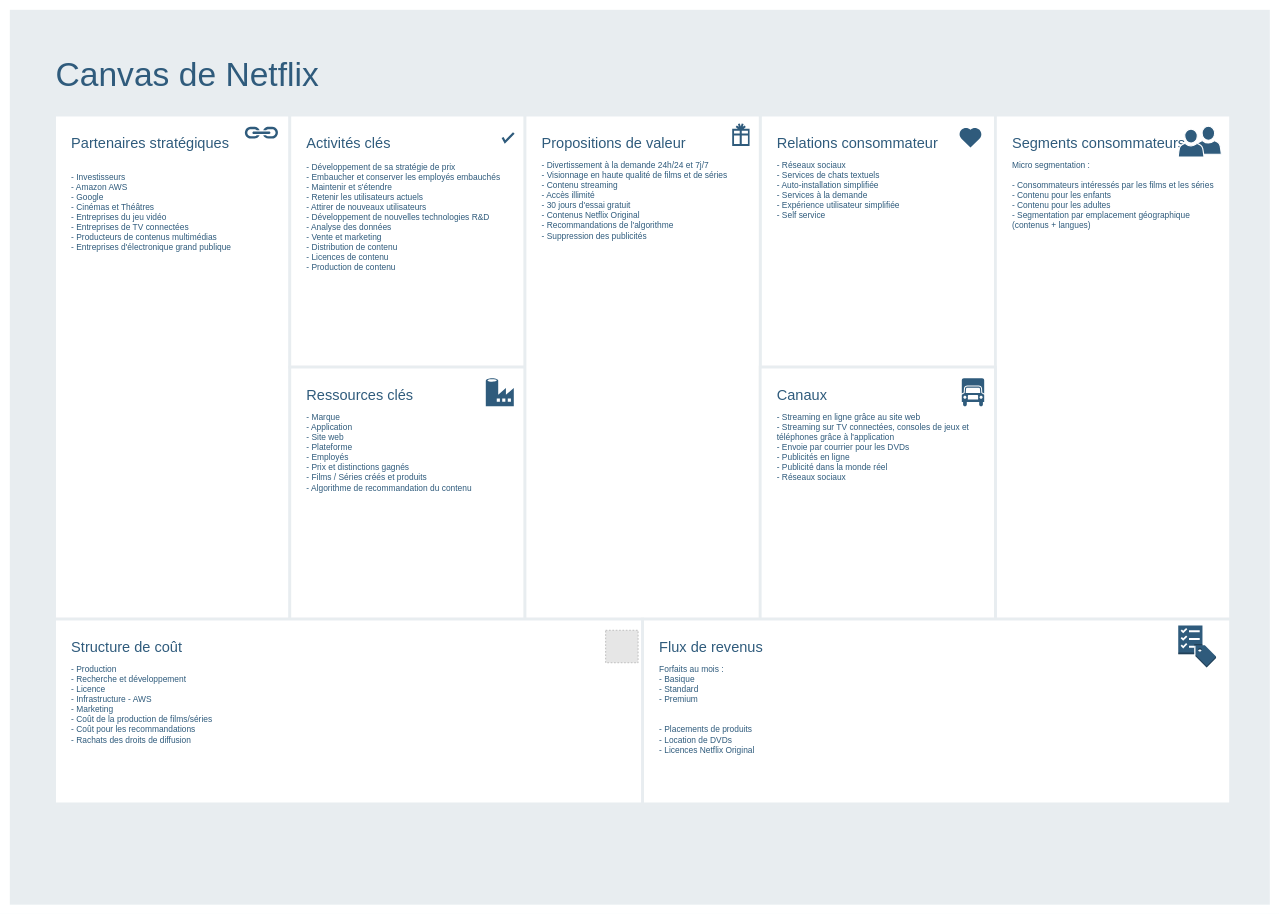
Above: Documentation/Documents originaux/canvas.drawio in TheoRamousse/twibook (draw.io), before the change. Source tidied: cells renumbered, new cells numbered last; positions are measured from the earlier drawing's top-left corner, leaving out a move shared by most shapes. Both pictures are drawn from the tidied source at 56%, with x=0, y=0 at pixel (10, 10). Pictures stored in the file or linked from it are replaced by grey dashed boxes.
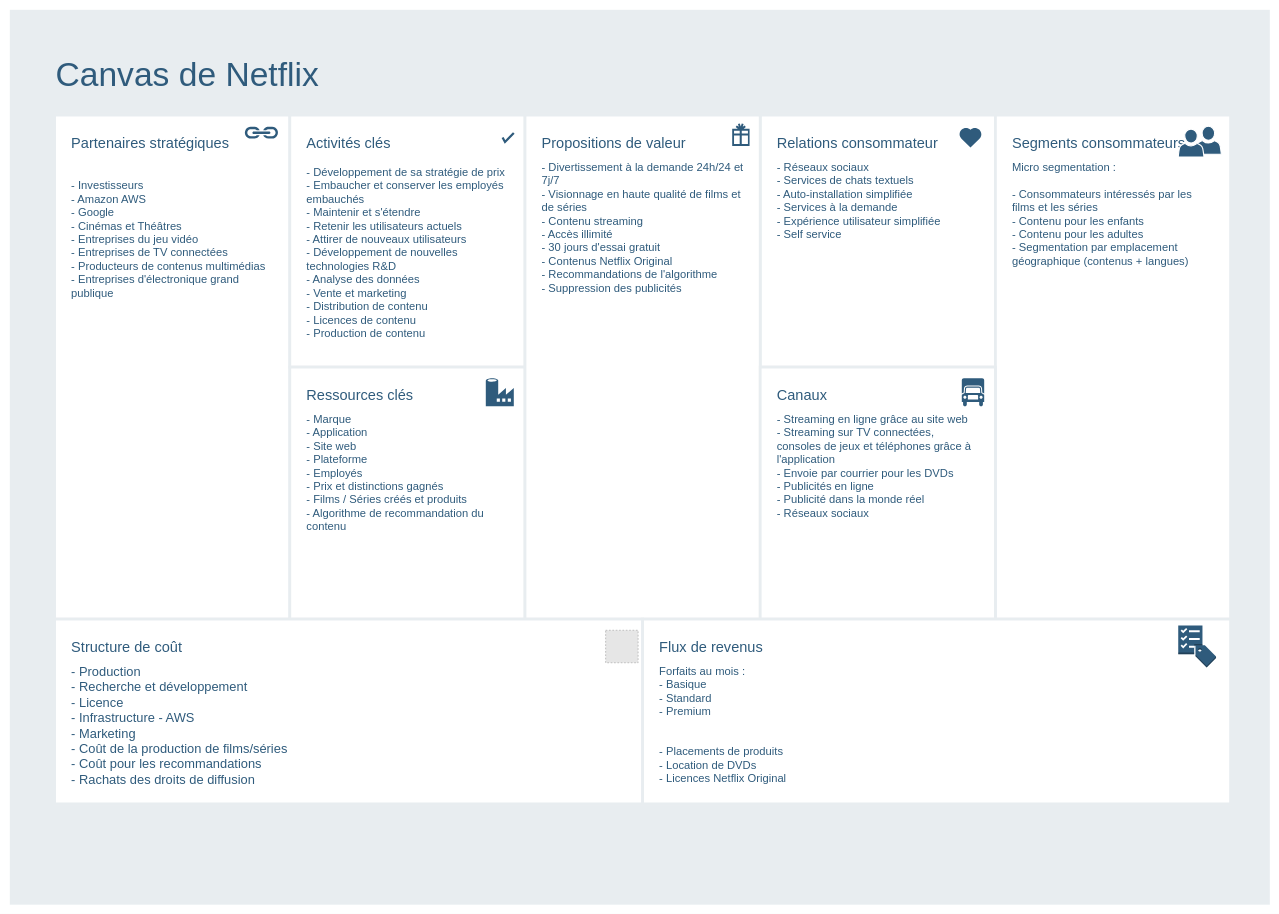
After the change.

The edit, as a diff of the source:
```diff
@@
-    <mxCell id="3" value="&lt;div style=&quot;font-size: 26px&quot;&gt;Relations consommateur&lt;/div&gt;&lt;div&gt;&lt;br&gt;&lt;/div&gt;&lt;div style=&quot;font-size: 15px;&quot;&gt;- Réseaux sociaux&lt;/div&gt;&lt;div style=&quot;font-size: 15px;&quot;&gt;- Services de chats textuels&lt;/div&gt;&lt;div style=&quot;font-size: 15px;&quot;&gt;- Auto-installation simplifiée&lt;/div&gt;&lt;div style=&quot;font-size: 15px;&quot;&gt;- Services à la demande&lt;/div&gt;&lt;div style=&quot;font-size: 15px;&quot;&gt;- Expérience utilisateur simplifiée&lt;/div&gt;&lt;div style=&quot;font-size: 15px;&quot;&gt;- Self service&lt;/div&gt;" style="rounded=0;whiteSpace=wrap;html=1;shadow=0;labelBackgroundColor=none;strokeColor=#e8edf0;strokeWidth=5;fillColor=#ffffff;fontSize=12;fontColor=#2F5B7C;align=left;verticalAlign=top;spacing=30;" parent="1" vertex="1">
+    <mxCell id="3" value="&lt;div style=&quot;font-size: 26px&quot;&gt;Relations consommateur&lt;/div&gt;&lt;div&gt;&lt;br&gt;&lt;/div&gt;&lt;div style=&quot;font-size: 20px;&quot;&gt;&lt;font style=&quot;font-size: 20px;&quot;&gt;- Réseaux sociaux&lt;/font&gt;&lt;/div&gt;&lt;div style=&quot;font-size: 20px;&quot;&gt;&lt;font style=&quot;font-size: 20px;&quot;&gt;- Services de chats textuels&lt;/font&gt;&lt;/div&gt;&lt;div style=&quot;font-size: 20px;&quot;&gt;&lt;font style=&quot;font-size: 20px;&quot;&gt;- Auto-installation simplifiée&lt;/font&gt;&lt;/div&gt;&lt;div style=&quot;font-size: 20px;&quot;&gt;&lt;font style=&quot;font-size: 20px;&quot;&gt;- Services à la demande&lt;/font&gt;&lt;/div&gt;&lt;div style=&quot;font-size: 20px;&quot;&gt;&lt;font style=&quot;font-size: 20px;&quot;&gt;- Expérience utilisateur simplifiée&lt;/font&gt;&lt;/div&gt;&lt;div style=&quot;font-size: 20px;&quot;&gt;&lt;font style=&quot;font-size: 20px;&quot;&gt;- Self service&lt;/font&gt;&lt;/div&gt;" style="rounded=0;whiteSpace=wrap;html=1;shadow=0;labelBackgroundColor=none;strokeColor=#e8edf0;strokeWidth=5;fillColor=#ffffff;fontSize=12;fontColor=#2F5B7C;align=left;verticalAlign=top;spacing=30;" parent="1" vertex="1">
       <mxGeometry x="1340" y="188" width="420" height="450" as="geometry" />
     </mxCell>
-    <mxCell id="4" value="&lt;font&gt;&lt;font style=&quot;font-size: 26px&quot;&gt;Partenaires stratégiques&lt;/font&gt;&lt;br&gt;&lt;/font&gt;&lt;font style=&quot;font-size: 15px;&quot;&gt;&lt;br style=&quot;font-size: 12px&quot;&gt;&lt;br&gt;- Investisseurs&lt;br&gt;- Amazon AWS&lt;br&gt;- Google&lt;br&gt;- Cinémas et Théâtres&lt;br&gt;- Entreprises du jeu vidéo&lt;br&gt;- Entreprises de TV connectées&lt;br&gt;- Producteurs de contenus multimédias&lt;br&gt;- Entreprises d'électronique grand publique&lt;br&gt;&lt;/font&gt;" style="rounded=0;whiteSpace=wrap;html=1;shadow=0;labelBackgroundColor=none;strokeColor=#e8edf0;strokeWidth=5;fillColor=#ffffff;fontSize=12;fontColor=#2F5B7C;align=left;verticalAlign=top;spacing=30;" parent="1" vertex="1">
+    <mxCell id="4" value="&lt;font&gt;&lt;font style=&quot;font-size: 26px&quot;&gt;Partenaires stratégiques&lt;/font&gt;&lt;br&gt;&lt;/font&gt;&lt;font style=&quot;font-size: 20px;&quot;&gt;&lt;br style=&quot;font-size: 12px&quot;&gt;&lt;br&gt;- Investisseurs&lt;br&gt;- Amazon AWS&lt;br&gt;- Google&lt;br&gt;- Cinémas et Théâtres&lt;br&gt;- Entreprises du jeu vidéo&lt;br&gt;- Entreprises de TV connectées&lt;br&gt;- Producteurs de contenus multimédias&lt;br&gt;- Entreprises d'électronique grand publique&lt;br&gt;&lt;/font&gt;" style="rounded=0;whiteSpace=wrap;html=1;shadow=0;labelBackgroundColor=none;strokeColor=#e8edf0;strokeWidth=5;fillColor=#ffffff;fontSize=12;fontColor=#2F5B7C;align=left;verticalAlign=top;spacing=30;" parent="1" vertex="1">
       <mxGeometry x="80" y="188" width="420" height="900" as="geometry" />
     </mxCell>
-    <mxCell id="5" value="&lt;font&gt;&lt;font style=&quot;font-size: 26px&quot;&gt;Activités clés&lt;/font&gt;&lt;br style=&quot;font-size: 12px&quot;&gt;&lt;/font&gt;&lt;font style=&quot;font-size: 15px;&quot;&gt;&lt;br style=&quot;font-size: 12px&quot;&gt;&lt;div&gt;- Développement de sa stratégie de prix&lt;/div&gt;&lt;div&gt;- Embaucher et conserver les employés embauchés&lt;/div&gt;&lt;div&gt;- Maintenir et s'étendre&lt;/div&gt;&lt;div&gt;- Retenir les utilisateurs actuels&lt;/div&gt;&lt;div&gt;- Attirer de nouveaux utilisateurs&lt;/div&gt;&lt;div&gt;- Développement de nouvelles technologies R&amp;amp;D&lt;/div&gt;&lt;div&gt;- Analyse des données&lt;/div&gt;&lt;div&gt;- Vente et marketing&lt;/div&gt;&lt;div&gt;- Distribution de contenu&lt;/div&gt;&lt;div&gt;- Licences de contenu&lt;/div&gt;&lt;div&gt;- Production de contenu&lt;/div&gt;&lt;/font&gt;&lt;div&gt;&lt;br&gt;&lt;/div&gt;" style="rounded=0;whiteSpace=wrap;html=1;shadow=0;labelBackgroundColor=none;strokeColor=#e8edf0;strokeWidth=5;fillColor=#ffffff;fontSize=12;fontColor=#2F5B7C;align=left;verticalAlign=top;spacing=30;" parent="1" vertex="1">
+    <mxCell id="5" value="&lt;font&gt;&lt;font style=&quot;font-size: 26px&quot;&gt;Activités clés&lt;/font&gt;&lt;br style=&quot;font-size: 12px&quot;&gt;&lt;/font&gt;&lt;font style=&quot;font-size: 20px;&quot;&gt;&lt;br style=&quot;font-size: 12px&quot;&gt;&lt;div&gt;- Développement de sa stratégie de prix&lt;/div&gt;&lt;div&gt;- Embaucher et conserver les employés embauchés&lt;/div&gt;&lt;div&gt;- Maintenir et s'étendre&lt;/div&gt;&lt;div&gt;- Retenir les utilisateurs actuels&lt;/div&gt;&lt;div&gt;- Attirer de nouveaux utilisateurs&lt;/div&gt;&lt;div&gt;- Développement de nouvelles technologies R&amp;amp;D&lt;/div&gt;&lt;div&gt;- Analyse des données&lt;/div&gt;&lt;div&gt;- Vente et marketing&lt;/div&gt;&lt;div&gt;- Distribution de contenu&lt;/div&gt;&lt;div&gt;- Licences de contenu&lt;/div&gt;&lt;div&gt;- Production de contenu&lt;/div&gt;&lt;/font&gt;&lt;div&gt;&lt;br&gt;&lt;/div&gt;" style="rounded=0;whiteSpace=wrap;html=1;shadow=0;labelBackgroundColor=none;strokeColor=#e8edf0;strokeWidth=5;fillColor=#ffffff;fontSize=12;fontColor=#2F5B7C;align=left;verticalAlign=top;spacing=30;" parent="1" vertex="1">
       <mxGeometry x="500" y="188" width="420" height="450" as="geometry" />
     </mxCell>
-    <mxCell id="6" value="&lt;div&gt;&lt;font style=&quot;font-size: 26px&quot;&gt;Ressources clés&lt;/font&gt;&lt;/div&gt;&lt;div&gt;&lt;br&gt;&lt;/div&gt;&lt;div style=&quot;font-size: 15px;&quot;&gt;- Marque&lt;/div&gt;&lt;div style=&quot;font-size: 15px;&quot;&gt;- Application&lt;/div&gt;&lt;div style=&quot;font-size: 15px;&quot;&gt;- Site web&lt;/div&gt;&lt;div style=&quot;font-size: 15px;&quot;&gt;- Plateforme&lt;/div&gt;&lt;div style=&quot;font-size: 15px;&quot;&gt;- Employés&lt;/div&gt;&lt;div style=&quot;font-size: 15px;&quot;&gt;- Prix et distinctions gagnés&lt;/div&gt;&lt;div style=&quot;font-size: 15px;&quot;&gt;- Films / Séries créés et produits&lt;/div&gt;&lt;div style=&quot;font-size: 15px;&quot;&gt;- Algorithme de recommandation du contenu&lt;/div&gt;" style="rounded=0;whiteSpace=wrap;html=1;shadow=0;labelBackgroundColor=none;strokeColor=#e8edf0;strokeWidth=5;fillColor=#ffffff;fontSize=12;fontColor=#2F5B7C;align=left;verticalAlign=top;spacing=30;" parent="1" vertex="1">
+    <mxCell id="6" value="&lt;div&gt;&lt;font style=&quot;font-size: 26px&quot;&gt;Ressources clés&lt;/font&gt;&lt;/div&gt;&lt;div&gt;&lt;br&gt;&lt;/div&gt;&lt;div style=&quot;font-size: 20px;&quot;&gt;&lt;font style=&quot;font-size: 20px;&quot;&gt;- Marque&lt;/font&gt;&lt;/div&gt;&lt;div style=&quot;font-size: 20px;&quot;&gt;&lt;font style=&quot;font-size: 20px;&quot;&gt;- Application&lt;/font&gt;&lt;/div&gt;&lt;div style=&quot;font-size: 20px;&quot;&gt;&lt;font style=&quot;font-size: 20px;&quot;&gt;- Site web&lt;/font&gt;&lt;/div&gt;&lt;div style=&quot;font-size: 20px;&quot;&gt;&lt;font style=&quot;font-size: 20px;&quot;&gt;- Plateforme&lt;/font&gt;&lt;/div&gt;&lt;div style=&quot;font-size: 20px;&quot;&gt;&lt;font style=&quot;font-size: 20px;&quot;&gt;- Employés&lt;/font&gt;&lt;/div&gt;&lt;div style=&quot;font-size: 20px;&quot;&gt;&lt;font style=&quot;font-size: 20px;&quot;&gt;- Prix et distinctions gagnés&lt;/font&gt;&lt;/div&gt;&lt;div style=&quot;font-size: 20px;&quot;&gt;&lt;font style=&quot;font-size: 20px;&quot;&gt;- Films / Séries créés et produits&lt;/font&gt;&lt;/div&gt;&lt;div style=&quot;font-size: 20px;&quot;&gt;&lt;font style=&quot;font-size: 20px;&quot;&gt;- Algorithme de recommandation du contenu&lt;/font&gt;&lt;/div&gt;" style="rounded=0;whiteSpace=wrap;html=1;shadow=0;labelBackgroundColor=none;strokeColor=#e8edf0;strokeWidth=5;fillColor=#ffffff;fontSize=12;fontColor=#2F5B7C;align=left;verticalAlign=top;spacing=30;" parent="1" vertex="1">
       <mxGeometry x="500" y="638" width="420" height="450" as="geometry" />
     </mxCell>
-    <mxCell id="7" value="&lt;div style=&quot;font-size: 26px&quot;&gt;&lt;font style=&quot;font-size: 26px&quot;&gt;Propositions de valeur&lt;/font&gt;&lt;/div&gt;&lt;div&gt;&lt;br&gt;&lt;/div&gt;&lt;div style=&quot;font-size: 15px;&quot;&gt;- Divertissement à la demande 24h/24 et 7j/7&lt;/div&gt;&lt;div style=&quot;font-size: 15px;&quot;&gt;- Visionnage en haute qualité de films et de séries&lt;/div&gt;&lt;div style=&quot;font-size: 15px;&quot;&gt;- Contenu streaming&lt;/div&gt;&lt;div style=&quot;font-size: 15px;&quot;&gt;- Accès illimité&lt;/div&gt;&lt;div style=&quot;font-size: 15px;&quot;&gt;- 30 jours d'essai gratuit&lt;/div&gt;&lt;div style=&quot;font-size: 15px;&quot;&gt;- Contenus Netflix Original&lt;/div&gt;&lt;div style=&quot;font-size: 15px;&quot;&gt;- Recommandations de l'algorithme&lt;/div&gt;&lt;div style=&quot;font-size: 15px;&quot;&gt;- Suppression des publicités&lt;/div&gt;&lt;div style=&quot;font-size: 10px&quot;&gt;&lt;br&gt;&lt;/div&gt;" style="rounded=0;whiteSpace=wrap;html=1;shadow=0;labelBackgroundColor=none;strokeColor=#e8edf0;strokeWidth=5;fillColor=#ffffff;fontSize=12;fontColor=#2F5B7C;align=left;verticalAlign=top;spacing=30;" parent="1" vertex="1">
+    <mxCell id="7" value="&lt;div style=&quot;font-size: 26px&quot;&gt;&lt;font style=&quot;font-size: 26px&quot;&gt;Propositions de valeur&lt;/font&gt;&lt;/div&gt;&lt;div&gt;&lt;br&gt;&lt;/div&gt;&lt;div style=&quot;font-size: 20px;&quot;&gt;&lt;font style=&quot;font-size: 20px;&quot;&gt;- Divertissement à la demande 24h/24 et 7j/7&lt;/font&gt;&lt;/div&gt;&lt;div style=&quot;font-size: 20px;&quot;&gt;&lt;font style=&quot;font-size: 20px;&quot;&gt;- Visionnage en haute qualité de films et de séries&lt;/font&gt;&lt;/div&gt;&lt;div style=&quot;font-size: 20px;&quot;&gt;&lt;font style=&quot;font-size: 20px;&quot;&gt;- Contenu streaming&lt;/font&gt;&lt;/div&gt;&lt;div style=&quot;font-size: 20px;&quot;&gt;&lt;font style=&quot;font-size: 20px;&quot;&gt;- Accès illimité&lt;/font&gt;&lt;/div&gt;&lt;div style=&quot;font-size: 20px;&quot;&gt;&lt;font style=&quot;font-size: 20px;&quot;&gt;- 30 jours d'essai gratuit&lt;/font&gt;&lt;/div&gt;&lt;div style=&quot;font-size: 20px;&quot;&gt;&lt;font style=&quot;font-size: 20px;&quot;&gt;- Contenus Netflix Original&lt;/font&gt;&lt;/div&gt;&lt;div style=&quot;font-size: 20px;&quot;&gt;&lt;font style=&quot;font-size: 20px;&quot;&gt;- Recommandations de l'algorithme&lt;/font&gt;&lt;/div&gt;&lt;div style=&quot;font-size: 20px;&quot;&gt;&lt;font style=&quot;font-size: 20px;&quot;&gt;- Suppression des publicités&lt;/font&gt;&lt;/div&gt;&lt;div style=&quot;font-size: 10px&quot;&gt;&lt;br&gt;&lt;/div&gt;" style="rounded=0;whiteSpace=wrap;html=1;shadow=0;labelBackgroundColor=none;strokeColor=#e8edf0;strokeWidth=5;fillColor=#ffffff;fontSize=12;fontColor=#2F5B7C;align=left;verticalAlign=top;spacing=30;" parent="1" vertex="1">
       <mxGeometry x="920" y="188" width="420" height="900" as="geometry" />
     </mxCell>
-    <mxCell id="8" value="&lt;div&gt;&lt;font style=&quot;font-size: 26px&quot;&gt;Segments consommateurs&lt;/font&gt;&lt;/div&gt;&lt;div&gt;&lt;br&gt;&lt;/div&gt;&lt;div style=&quot;font-size: 15px;&quot;&gt;Micro segmentation :&amp;nbsp;&lt;/div&gt;&lt;div style=&quot;font-size: 15px;&quot;&gt;&lt;br&gt;&lt;/div&gt;&lt;div style=&quot;font-size: 15px;&quot;&gt;- Consommateurs intéressés par les films et les séries&lt;/div&gt;&lt;div style=&quot;font-size: 15px;&quot;&gt;- Contenu pour les enfants&lt;/div&gt;&lt;div style=&quot;font-size: 15px;&quot;&gt;- Contenu pour les adultes&lt;/div&gt;&lt;div style=&quot;font-size: 15px;&quot;&gt;- Segmentation par emplacement géographique (contenus + langues)&lt;/div&gt;" style="rounded=0;whiteSpace=wrap;html=1;shadow=0;labelBackgroundColor=none;strokeColor=#e8edf0;strokeWidth=5;fillColor=#ffffff;fontSize=12;fontColor=#2F5B7C;align=left;verticalAlign=top;spacing=30;" parent="1" vertex="1">
+    <mxCell id="8" value="&lt;div&gt;&lt;font style=&quot;font-size: 26px&quot;&gt;Segments consommateurs&lt;/font&gt;&lt;/div&gt;&lt;div&gt;&lt;br&gt;&lt;/div&gt;&lt;div style=&quot;font-size: 20px;&quot;&gt;&lt;font style=&quot;font-size: 20px;&quot;&gt;Micro segmentation :&amp;nbsp;&lt;/font&gt;&lt;/div&gt;&lt;div style=&quot;font-size: 20px;&quot;&gt;&lt;font style=&quot;font-size: 20px;&quot;&gt;&lt;br&gt;&lt;/font&gt;&lt;/div&gt;&lt;div style=&quot;font-size: 20px;&quot;&gt;&lt;font style=&quot;font-size: 20px;&quot;&gt;- Consommateurs intéressés par les films et les séries&lt;/font&gt;&lt;/div&gt;&lt;div style=&quot;font-size: 20px;&quot;&gt;&lt;font style=&quot;font-size: 20px;&quot;&gt;- Contenu pour les enfants&lt;/font&gt;&lt;/div&gt;&lt;div style=&quot;font-size: 20px;&quot;&gt;&lt;font style=&quot;font-size: 20px;&quot;&gt;- Contenu pour les adultes&lt;/font&gt;&lt;/div&gt;&lt;div style=&quot;font-size: 20px;&quot;&gt;&lt;font style=&quot;font-size: 20px;&quot;&gt;- Segmentation par emplacement géographique (contenus + langues)&lt;/font&gt;&lt;/div&gt;" style="rounded=0;whiteSpace=wrap;html=1;shadow=0;labelBackgroundColor=none;strokeColor=#e8edf0;strokeWidth=5;fillColor=#ffffff;fontSize=12;fontColor=#2F5B7C;align=left;verticalAlign=top;spacing=30;" parent="1" vertex="1">
       <mxGeometry x="1760" y="188" width="420" height="900" as="geometry" />
     </mxCell>
-    <mxCell id="9" value="&lt;div&gt;&lt;font style=&quot;font-size: 26px&quot;&gt;Canaux&lt;/font&gt;&lt;/div&gt;&lt;div&gt;&lt;br&gt;&lt;/div&gt;&lt;div style=&quot;font-size: 15px;&quot;&gt;- Streaming en ligne grâce au site web&lt;/div&gt;&lt;div style=&quot;font-size: 15px;&quot;&gt;- Streaming sur TV connectées, consoles de jeux et téléphones grâce à l'application&lt;/div&gt;&lt;div style=&quot;font-size: 15px;&quot;&gt;- Envoie par courrier pour les DVDs&lt;/div&gt;&lt;div style=&quot;font-size: 15px;&quot;&gt;- Publicités en ligne&lt;/div&gt;&lt;div style=&quot;font-size: 15px;&quot;&gt;- Publicité dans la monde réel&lt;/div&gt;&lt;div style=&quot;font-size: 15px;&quot;&gt;- Réseaux sociaux&lt;/div&gt;&lt;div style=&quot;font-size: 10px&quot;&gt;&lt;br&gt;&lt;/div&gt;" style="rounded=0;whiteSpace=wrap;html=1;shadow=0;labelBackgroundColor=none;strokeColor=#e8edf0;strokeWidth=5;fillColor=#ffffff;fontSize=12;fontColor=#2F5B7C;align=left;verticalAlign=top;spacing=30;" parent="1" vertex="1">
+    <mxCell id="9" value="&lt;div&gt;&lt;font style=&quot;font-size: 26px&quot;&gt;Canaux&lt;/font&gt;&lt;/div&gt;&lt;div&gt;&lt;br&gt;&lt;/div&gt;&lt;div style=&quot;font-size: 20px;&quot;&gt;&lt;font style=&quot;font-size: 20px;&quot;&gt;- Streaming en ligne grâce au site web&lt;/font&gt;&lt;/div&gt;&lt;div style=&quot;font-size: 20px;&quot;&gt;&lt;font style=&quot;font-size: 20px;&quot;&gt;- Streaming sur TV connectées, consoles de jeux et téléphones grâce à l'application&lt;/font&gt;&lt;/div&gt;&lt;div style=&quot;font-size: 20px;&quot;&gt;&lt;font style=&quot;font-size: 20px;&quot;&gt;- Envoie par courrier pour les DVDs&lt;/font&gt;&lt;/div&gt;&lt;div style=&quot;font-size: 20px;&quot;&gt;&lt;font style=&quot;font-size: 20px;&quot;&gt;- Publicités en ligne&lt;/font&gt;&lt;/div&gt;&lt;div style=&quot;font-size: 20px;&quot;&gt;&lt;font style=&quot;font-size: 20px;&quot;&gt;- Publicité dans la monde réel&lt;/font&gt;&lt;/div&gt;&lt;div style=&quot;font-size: 20px;&quot;&gt;&lt;font style=&quot;font-size: 20px;&quot;&gt;- Réseaux sociaux&lt;/font&gt;&lt;/div&gt;&lt;div style=&quot;font-size: 10px&quot;&gt;&lt;br&gt;&lt;/div&gt;" style="rounded=0;whiteSpace=wrap;html=1;shadow=0;labelBackgroundColor=none;strokeColor=#e8edf0;strokeWidth=5;fillColor=#ffffff;fontSize=12;fontColor=#2F5B7C;align=left;verticalAlign=top;spacing=30;" parent="1" vertex="1">
       <mxGeometry x="1340" y="638" width="420" height="450" as="geometry" />
     </mxCell>
-    <mxCell id="10" value="&lt;div style=&quot;font-size: 26px&quot;&gt;&lt;font style=&quot;font-size: 26px&quot;&gt;Structure de coût&lt;/font&gt;&lt;/div&gt;&lt;div&gt;&lt;br&gt;&lt;/div&gt;&lt;div style=&quot;font-size: 15px;&quot;&gt;- Production&lt;/div&gt;&lt;div style=&quot;font-size: 15px;&quot;&gt;- Recherche et développement&lt;/div&gt;&lt;div style=&quot;font-size: 15px;&quot;&gt;- Licence&lt;/div&gt;&lt;div style=&quot;font-size: 15px;&quot;&gt;- Infrastructure - AWS&lt;/div&gt;&lt;div style=&quot;font-size: 15px;&quot;&gt;- Marketing&lt;/div&gt;&lt;div style=&quot;font-size: 15px;&quot;&gt;- Coût de la production de films/séries&lt;/div&gt;&lt;div style=&quot;font-size: 15px;&quot;&gt;- Coût pour les recommandations&lt;/div&gt;&lt;div style=&quot;font-size: 15px;&quot;&gt;- Rachats des droits de diffusion&lt;/div&gt;" style="rounded=0;whiteSpace=wrap;html=1;shadow=0;labelBackgroundColor=none;strokeColor=#e8edf0;strokeWidth=5;fillColor=#ffffff;fontSize=12;fontColor=#2F5B7C;align=left;verticalAlign=top;spacing=30;" parent="1" vertex="1">
+    <mxCell id="10" value="&lt;div style=&quot;font-size: 26px&quot;&gt;&lt;font style=&quot;font-size: 26px&quot;&gt;Structure de coût&lt;/font&gt;&lt;/div&gt;&lt;div&gt;&lt;br&gt;&lt;/div&gt;&lt;div style=&quot;font-size: 23px;&quot;&gt;&lt;font style=&quot;font-size: 23px;&quot;&gt;- Production&lt;/font&gt;&lt;/div&gt;&lt;div style=&quot;font-size: 23px;&quot;&gt;&lt;font style=&quot;font-size: 23px;&quot;&gt;- Recherche et développement&lt;/font&gt;&lt;/div&gt;&lt;div style=&quot;font-size: 23px;&quot;&gt;&lt;font style=&quot;font-size: 23px;&quot;&gt;- Licence&lt;/font&gt;&lt;/div&gt;&lt;div style=&quot;font-size: 23px;&quot;&gt;&lt;font style=&quot;font-size: 23px;&quot;&gt;- Infrastructure - AWS&lt;/font&gt;&lt;/div&gt;&lt;div style=&quot;font-size: 23px;&quot;&gt;&lt;font style=&quot;font-size: 23px;&quot;&gt;- Marketing&lt;/font&gt;&lt;/div&gt;&lt;div style=&quot;font-size: 23px;&quot;&gt;&lt;font style=&quot;font-size: 23px;&quot;&gt;- Coût de la production de films/séries&lt;/font&gt;&lt;/div&gt;&lt;div style=&quot;font-size: 23px;&quot;&gt;&lt;font style=&quot;font-size: 23px;&quot;&gt;- Coût pour les recommandations&lt;/font&gt;&lt;/div&gt;&lt;div style=&quot;font-size: 23px;&quot;&gt;&lt;font style=&quot;font-size: 23px;&quot;&gt;- Rachats des droits de diffusion&lt;/font&gt;&lt;/div&gt;" style="rounded=0;whiteSpace=wrap;html=1;shadow=0;labelBackgroundColor=none;strokeColor=#e8edf0;strokeWidth=5;fillColor=#ffffff;fontSize=12;fontColor=#2F5B7C;align=left;verticalAlign=top;spacing=30;" parent="1" vertex="1">
       <mxGeometry x="80" y="1088" width="1050" height="330" as="geometry" />
     </mxCell>
-    <mxCell id="11" value="&lt;div style=&quot;font-size: 26px&quot;&gt;&lt;font style=&quot;font-size: 26px&quot;&gt;Flux de revenus&lt;/font&gt;&lt;/div&gt;&lt;div&gt;&lt;br&gt;&lt;/div&gt;&lt;div style=&quot;font-size: 15px;&quot;&gt;Forfaits au mois :&amp;nbsp;&lt;/div&gt;&lt;div style=&quot;font-size: 15px;&quot;&gt;- Basique&lt;/div&gt;&lt;div style=&quot;font-size: 15px;&quot;&gt;- Standard&lt;/div&gt;&lt;div style=&quot;font-size: 15px;&quot;&gt;- Premium&lt;/div&gt;&lt;div style=&quot;font-size: 15px;&quot;&gt;&lt;br&gt;&lt;/div&gt;&lt;div style=&quot;font-size: 15px;&quot;&gt;&lt;br&gt;&lt;/div&gt;&lt;div style=&quot;font-size: 15px;&quot;&gt;- Placements de produits&lt;/div&gt;&lt;div style=&quot;font-size: 15px;&quot;&gt;- Location de DVDs&lt;/div&gt;&lt;div style=&quot;font-size: 15px;&quot;&gt;- Licences Netflix Original&lt;/div&gt;" style="rounded=0;whiteSpace=wrap;html=1;shadow=0;labelBackgroundColor=none;strokeColor=#e8edf0;strokeWidth=5;fillColor=#ffffff;fontSize=12;fontColor=#2F5B7C;align=left;verticalAlign=top;spacing=30;" parent="1" vertex="1">
+    <mxCell id="11" value="&lt;div style=&quot;font-size: 26px&quot;&gt;&lt;font style=&quot;font-size: 26px&quot;&gt;Flux de revenus&lt;/font&gt;&lt;/div&gt;&lt;div&gt;&lt;br&gt;&lt;/div&gt;&lt;div style=&quot;font-size: 20px;&quot;&gt;&lt;font style=&quot;font-size: 20px;&quot;&gt;Forfaits au mois :&amp;nbsp;&lt;/font&gt;&lt;/div&gt;&lt;div style=&quot;font-size: 20px;&quot;&gt;&lt;font style=&quot;font-size: 20px;&quot;&gt;- Basique&lt;/font&gt;&lt;/div&gt;&lt;div style=&quot;font-size: 20px;&quot;&gt;&lt;font style=&quot;font-size: 20px;&quot;&gt;- Standard&lt;/font&gt;&lt;/div&gt;&lt;div style=&quot;font-size: 20px;&quot;&gt;&lt;font style=&quot;font-size: 20px;&quot;&gt;- Premium&lt;/font&gt;&lt;/div&gt;&lt;div style=&quot;font-size: 20px;&quot;&gt;&lt;font style=&quot;font-size: 20px;&quot;&gt;&lt;br&gt;&lt;/font&gt;&lt;/div&gt;&lt;div style=&quot;font-size: 20px;&quot;&gt;&lt;font style=&quot;font-size: 20px;&quot;&gt;&lt;br&gt;&lt;/font&gt;&lt;/div&gt;&lt;div style=&quot;font-size: 20px;&quot;&gt;&lt;font style=&quot;font-size: 20px;&quot;&gt;- Placements de produits&lt;/font&gt;&lt;/div&gt;&lt;div style=&quot;font-size: 20px;&quot;&gt;&lt;font style=&quot;font-size: 20px;&quot;&gt;- Location de DVDs&lt;/font&gt;&lt;/div&gt;&lt;div style=&quot;font-size: 20px;&quot;&gt;&lt;font style=&quot;font-size: 20px;&quot;&gt;- Licences Netflix Original&lt;/font&gt;&lt;/div&gt;" style="rounded=0;whiteSpace=wrap;html=1;shadow=0;labelBackgroundColor=none;strokeColor=#e8edf0;strokeWidth=5;fillColor=#ffffff;fontSize=12;fontColor=#2F5B7C;align=left;verticalAlign=top;spacing=30;" parent="1" vertex="1">
       <mxGeometry x="1130" y="1088" width="1050" height="330" as="geometry" />
     </mxCell>
```
